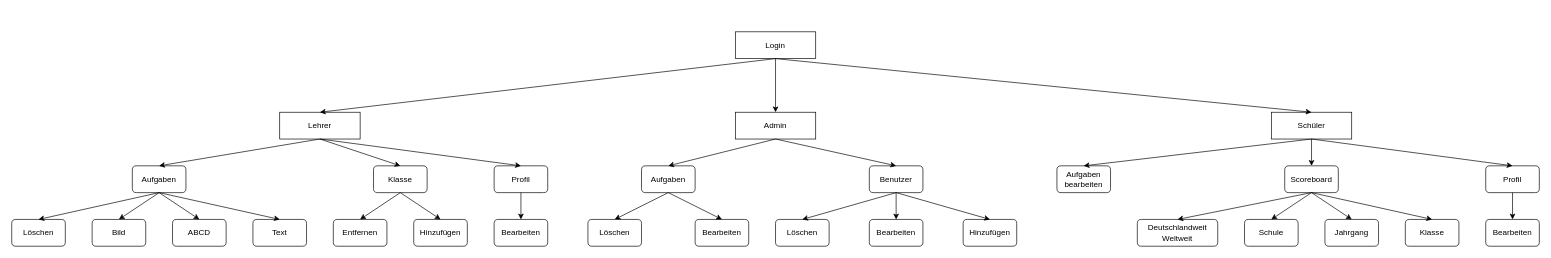
This is informationen/Aufbau-StudyZone.drawio from Marci0197/Flapas-Projekt, a draw.io file, before an edit. Source tidied: cells renumbered, new cells numbered last; positions are measured from the earlier drawing's top-left corner, leaving out a move shared by most shapes. Both pictures are drawn from the tidied source at 67%, with x=0, y=0 at pixel (11, 31).
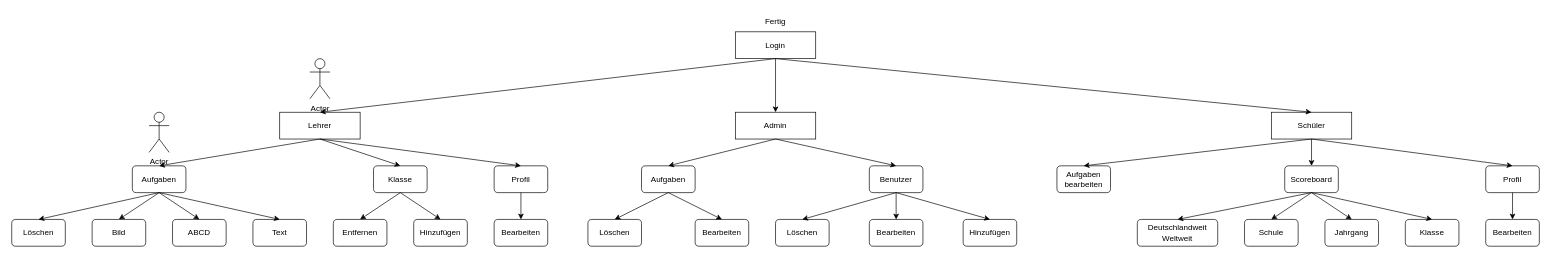
After the change.

The edit, as a diff of the source:
```diff
@@
+    <mxCell id="59" value="Fertig" style="text;html=1;align=center;verticalAlign=middle;whiteSpace=wrap;rounded=0;" parent="1" vertex="1">
+      <mxGeometry x="1110" y="-30" width="60" height="30" as="geometry" />
+    </mxCell>
+    <mxCell id="60" value="Actor" style="shape=umlActor;verticalLabelPosition=bottom;verticalAlign=top;html=1;" parent="1" vertex="1">
+      <mxGeometry x="445" y="40" width="30" height="60" as="geometry" />
+    </mxCell>
+    <mxCell id="61" value="Actor" style="shape=umlActor;verticalLabelPosition=bottom;verticalAlign=top;html=1;" parent="1" vertex="1">
+      <mxGeometry x="205" y="120" width="30" height="60" as="geometry" />
+    </mxCell>
```
